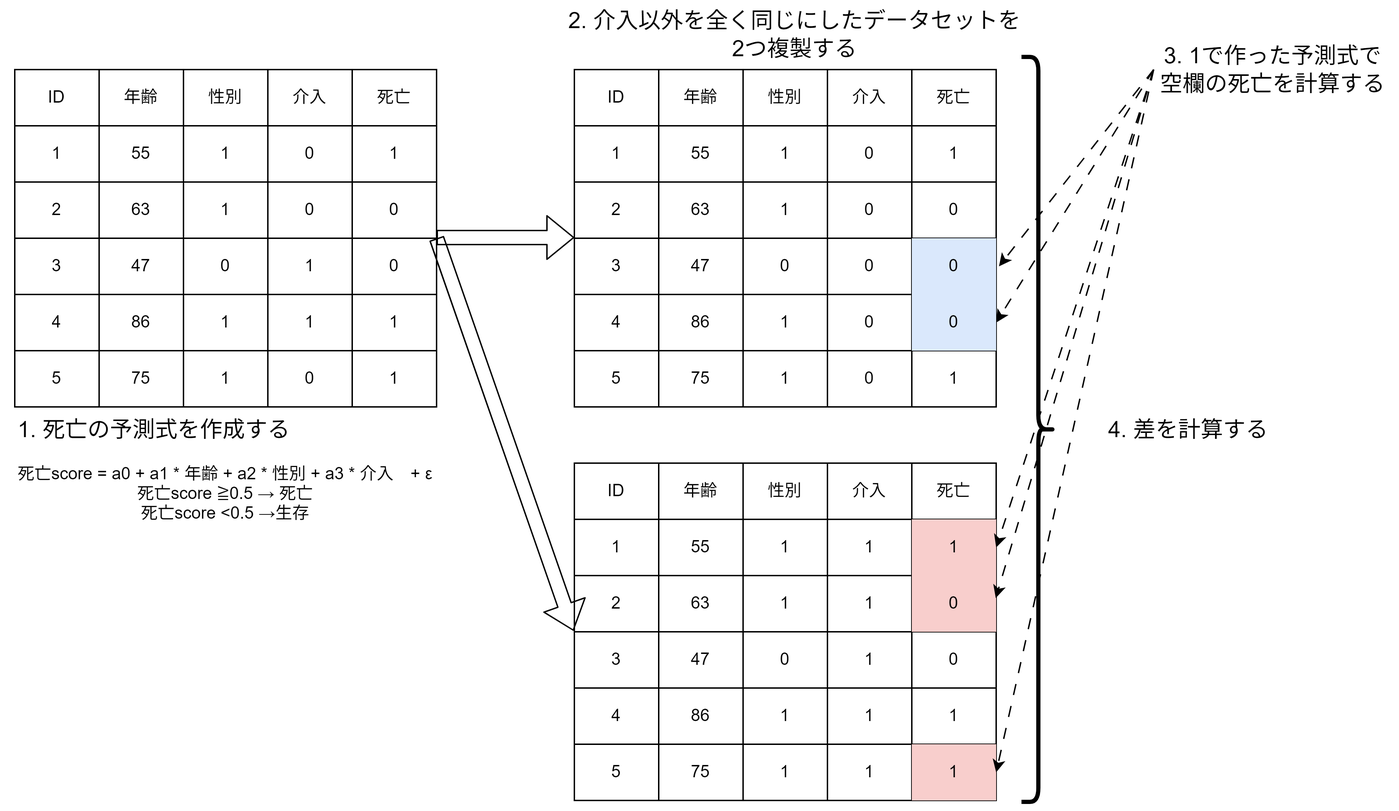
Earlier version of the draw.io export image/gformula.drawio.png (figarofuga/marginaleffect-r). Source tidied: cells renumbered, new cells last; positions are measured from the earlier drawing's top-left corner, leaving out a move shared by most shapes.
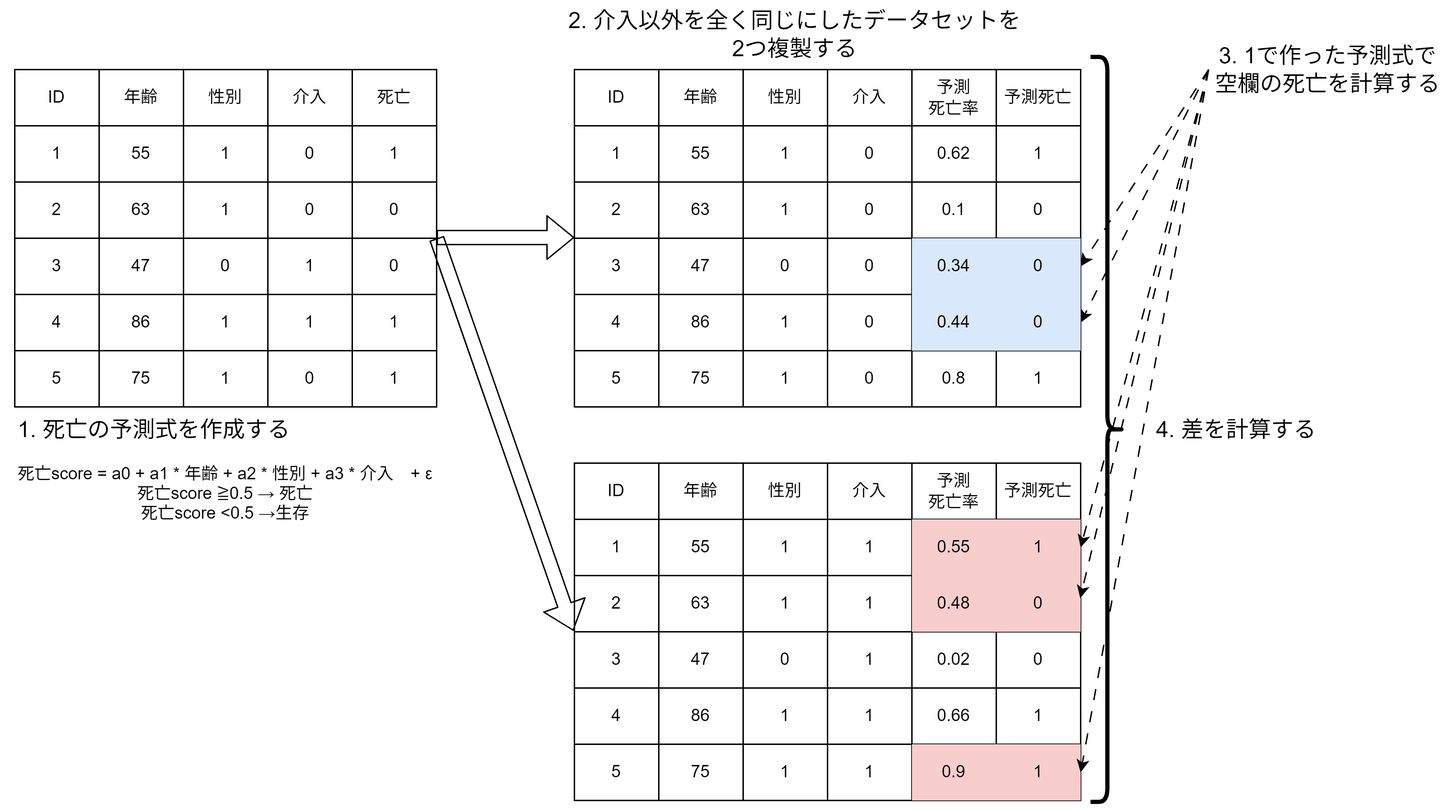
After the change.

Commit message:
add gformula att and so on

What changed in the source:
```diff
@@ -116,6 +116,6 @@
     <mxCell id="39" style="shape=table;startSize=0;" parent="1" vertex="1">
-      <mxGeometry x="403" y="40" width="300" height="240" as="geometry" />
+      <mxGeometry x="403" y="40" width="360" height="240" as="geometry" />
     </mxCell>
     <mxCell id="40" style="shape=tableRow;horizontal=0;startSize=0;swimlaneHead=0;swimlaneBody=0;strokeColor=inherit;top=0;left=0;bottom=0;right=0;fillColor=none;" parent="39" vertex="1">
-      <mxGeometry width="300" height="40" as="geometry" />
+      <mxGeometry width="360" height="40" as="geometry" />
     </mxCell>
@@ -133,7 +133,10 @@
     </mxCell>
-    <mxCell id="45" value="死亡" style="shape=partialRectangle;html=1;whiteSpace=wrap;strokeColor=inherit;overflow=hidden;fillColor=none;top=0;left=0;bottom=0;right=0;" parent="40" vertex="1">
+    <mxCell id="45" value="予測&lt;br&gt;死亡率" style="shape=partialRectangle;html=1;whiteSpace=wrap;strokeColor=inherit;overflow=hidden;fillColor=none;top=0;left=0;bottom=0;right=0;" parent="40" vertex="1">
       <mxGeometry x="240" width="60" height="40" as="geometry" />
     </mxCell>
+    <mxCell id="125" value="&lt;span style=&quot;color: rgb(0, 0, 0);&quot;&gt;予測死亡&lt;/span&gt;" style="shape=partialRectangle;html=1;whiteSpace=wrap;strokeColor=inherit;overflow=hidden;fillColor=none;top=0;left=0;bottom=0;right=0;" parent="40" vertex="1">
+      <mxGeometry x="300" width="60" height="40" as="geometry" />
+    </mxCell>
     <mxCell id="46" style="shape=tableRow;horizontal=0;startSize=0;swimlaneHead=0;swimlaneBody=0;strokeColor=inherit;top=0;left=0;bottom=0;right=0;fillColor=none;" parent="39" vertex="1">
-      <mxGeometry y="40" width="300" height="40" as="geometry" />
+      <mxGeometry y="40" width="360" height="40" as="geometry" />
     </mxCell>
@@ -151,7 +154,10 @@
     </mxCell>
-    <mxCell id="51" value="1" style="shape=partialRectangle;html=1;whiteSpace=wrap;strokeColor=inherit;overflow=hidden;fillColor=none;top=0;left=0;bottom=0;right=0;" parent="46" vertex="1">
+    <mxCell id="51" value="0.62" style="shape=partialRectangle;html=1;whiteSpace=wrap;strokeColor=inherit;overflow=hidden;fillColor=none;top=0;left=0;bottom=0;right=0;" parent="46" vertex="1">
       <mxGeometry x="240" width="60" height="40" as="geometry" />
     </mxCell>
+    <mxCell id="126" value="&lt;span style=&quot;color: rgb(0, 0, 0);&quot;&gt;1&lt;/span&gt;" style="shape=partialRectangle;html=1;whiteSpace=wrap;strokeColor=inherit;overflow=hidden;fillColor=none;top=0;left=0;bottom=0;right=0;" parent="46" vertex="1">
+      <mxGeometry x="300" width="60" height="40" as="geometry" />
+    </mxCell>
     <mxCell id="52" style="shape=tableRow;horizontal=0;startSize=0;swimlaneHead=0;swimlaneBody=0;strokeColor=inherit;top=0;left=0;bottom=0;right=0;fillColor=none;" parent="39" vertex="1">
-      <mxGeometry y="80" width="300" height="40" as="geometry" />
+      <mxGeometry y="80" width="360" height="40" as="geometry" />
     </mxCell>
@@ -169,7 +175,10 @@
     </mxCell>
-    <mxCell id="57" value="0" style="shape=partialRectangle;html=1;whiteSpace=wrap;strokeColor=inherit;overflow=hidden;fillColor=none;top=0;left=0;bottom=0;right=0;" parent="52" vertex="1">
+    <mxCell id="57" value="0.1" style="shape=partialRectangle;html=1;whiteSpace=wrap;strokeColor=inherit;overflow=hidden;fillColor=none;top=0;left=0;bottom=0;right=0;" parent="52" vertex="1">
       <mxGeometry x="240" width="60" height="40" as="geometry" />
     </mxCell>
+    <mxCell id="127" value="&lt;span style=&quot;color: rgb(0, 0, 0);&quot;&gt;0&lt;/span&gt;" style="shape=partialRectangle;html=1;whiteSpace=wrap;strokeColor=inherit;overflow=hidden;fillColor=none;top=0;left=0;bottom=0;right=0;" parent="52" vertex="1">
+      <mxGeometry x="300" width="60" height="40" as="geometry" />
+    </mxCell>
     <mxCell id="58" style="shape=tableRow;horizontal=0;startSize=0;swimlaneHead=0;swimlaneBody=0;strokeColor=inherit;top=0;left=0;bottom=0;right=0;fillColor=none;points=[[0,0.5],[1,0.5]];portConstraint=eastwest;" parent="39" vertex="1">
-      <mxGeometry y="120" width="300" height="40" as="geometry" />
+      <mxGeometry y="120" width="360" height="40" as="geometry" />
     </mxCell>
@@ -187,7 +196,10 @@
     </mxCell>
-    <mxCell id="63" value="0" style="shape=partialRectangle;html=1;whiteSpace=wrap;strokeColor=#6c8ebf;overflow=hidden;fillColor=#dae8fc;top=0;left=0;bottom=0;right=0;" parent="58" vertex="1">
+    <mxCell id="63" value="0.34" style="shape=partialRectangle;html=1;whiteSpace=wrap;strokeColor=#6c8ebf;overflow=hidden;fillColor=#dae8fc;top=0;left=0;bottom=0;right=0;" parent="58" vertex="1">
       <mxGeometry x="240" width="60" height="40" as="geometry" />
     </mxCell>
+    <mxCell id="128" value="&lt;span style=&quot;color: rgb(0, 0, 0);&quot;&gt;0&lt;/span&gt;" style="shape=partialRectangle;html=1;whiteSpace=wrap;strokeColor=#6c8ebf;overflow=hidden;fillColor=#dae8fc;top=0;left=0;bottom=0;right=0;" parent="58" vertex="1">
+      <mxGeometry x="300" width="60" height="40" as="geometry" />
+    </mxCell>
     <mxCell id="64" style="shape=tableRow;horizontal=0;startSize=0;swimlaneHead=0;swimlaneBody=0;strokeColor=inherit;top=0;left=0;bottom=0;right=0;fillColor=none;points=[[0,0.5],[1,0.5]];portConstraint=eastwest;" parent="39" vertex="1">
-      <mxGeometry y="160" width="300" height="40" as="geometry" />
+      <mxGeometry y="160" width="360" height="40" as="geometry" />
     </mxCell>
@@ -205,7 +217,10 @@
     </mxCell>
-    <mxCell id="69" value="&lt;font style=&quot;color: rgb(0, 0, 0);&quot;&gt;0&lt;/font&gt;" style="shape=partialRectangle;html=1;whiteSpace=wrap;strokeColor=#6c8ebf;overflow=hidden;fillColor=#dae8fc;top=0;left=0;bottom=0;right=0;fillStyle=solid;" parent="64" vertex="1">
+    <mxCell id="69" value="0.44" style="shape=partialRectangle;html=1;whiteSpace=wrap;strokeColor=#6c8ebf;overflow=hidden;fillColor=#dae8fc;top=0;left=0;bottom=0;right=0;fillStyle=solid;" parent="64" vertex="1">
       <mxGeometry x="240" width="60" height="40" as="geometry" />
     </mxCell>
+    <mxCell id="129" value="&lt;span style=&quot;color: rgb(0, 0, 0);&quot;&gt;0&lt;/span&gt;" style="shape=partialRectangle;html=1;whiteSpace=wrap;strokeColor=#6c8ebf;overflow=hidden;fillColor=#dae8fc;top=0;left=0;bottom=0;right=0;fillStyle=solid;" parent="64" vertex="1">
+      <mxGeometry x="300" width="60" height="40" as="geometry" />
+    </mxCell>
     <mxCell id="70" style="shape=tableRow;horizontal=0;startSize=0;swimlaneHead=0;swimlaneBody=0;strokeColor=inherit;top=0;left=0;bottom=0;right=0;fillColor=none;" parent="39" vertex="1">
-      <mxGeometry y="200" width="300" height="40" as="geometry" />
+      <mxGeometry y="200" width="360" height="40" as="geometry" />
     </mxCell>
@@ -223,10 +238,13 @@
     </mxCell>
-    <mxCell id="75" value="1" style="shape=partialRectangle;html=1;whiteSpace=wrap;strokeColor=inherit;overflow=hidden;fillColor=none;top=0;left=0;bottom=0;right=0;" parent="70" vertex="1">
+    <mxCell id="75" value="0.8" style="shape=partialRectangle;html=1;whiteSpace=wrap;strokeColor=inherit;overflow=hidden;fillColor=none;top=0;left=0;bottom=0;right=0;" parent="70" vertex="1">
       <mxGeometry x="240" width="60" height="40" as="geometry" />
     </mxCell>
+    <mxCell id="130" value="&lt;span style=&quot;color: rgb(0, 0, 0);&quot;&gt;1&lt;/span&gt;" style="shape=partialRectangle;html=1;whiteSpace=wrap;strokeColor=inherit;overflow=hidden;fillColor=none;top=0;left=0;bottom=0;right=0;" parent="70" vertex="1">
+      <mxGeometry x="300" width="60" height="40" as="geometry" />
+    </mxCell>
     <mxCell id="76" style="shape=table;startSize=0;" parent="1" vertex="1">
-      <mxGeometry x="403" y="320" width="300" height="240" as="geometry" />
+      <mxGeometry x="403" y="320" width="360" height="240" as="geometry" />
     </mxCell>
     <mxCell id="77" style="shape=tableRow;horizontal=0;startSize=0;swimlaneHead=0;swimlaneBody=0;strokeColor=inherit;top=0;left=0;bottom=0;right=0;fillColor=none;" parent="76" vertex="1">
-      <mxGeometry width="300" height="40" as="geometry" />
+      <mxGeometry width="360" height="40" as="geometry" />
     </mxCell>
@@ -244,7 +262,10 @@
     </mxCell>
-    <mxCell id="82" value="死亡" style="shape=partialRectangle;html=1;whiteSpace=wrap;strokeColor=inherit;overflow=hidden;fillColor=none;top=0;left=0;bottom=0;right=0;" parent="77" vertex="1">
+    <mxCell id="82" value="予測&lt;br&gt;死亡率" style="shape=partialRectangle;html=1;whiteSpace=wrap;strokeColor=inherit;overflow=hidden;fillColor=none;top=0;left=0;bottom=0;right=0;" parent="77" vertex="1">
       <mxGeometry x="240" width="60" height="40" as="geometry" />
     </mxCell>
+    <mxCell id="131" value="&lt;span style=&quot;color: rgb(0, 0, 0);&quot;&gt;予測死亡&lt;/span&gt;" style="shape=partialRectangle;html=1;whiteSpace=wrap;strokeColor=inherit;overflow=hidden;fillColor=none;top=0;left=0;bottom=0;right=0;" parent="77" vertex="1">
+      <mxGeometry x="300" width="60" height="40" as="geometry" />
+    </mxCell>
     <mxCell id="83" style="shape=tableRow;horizontal=0;startSize=0;swimlaneHead=0;swimlaneBody=0;strokeColor=inherit;top=0;left=0;bottom=0;right=0;fillColor=none;points=[[0,0.5],[1,0.5]];portConstraint=eastwest;" parent="76" vertex="1">
-      <mxGeometry y="40" width="300" height="40" as="geometry" />
+      <mxGeometry y="40" width="360" height="40" as="geometry" />
     </mxCell>
@@ -262,7 +283,10 @@
     </mxCell>
-    <mxCell id="88" value="1" style="shape=partialRectangle;html=1;whiteSpace=wrap;strokeColor=#b85450;overflow=hidden;fillColor=#f8cecc;top=0;left=0;bottom=0;right=0;" parent="83" vertex="1">
+    <mxCell id="88" value="0.55" style="shape=partialRectangle;html=1;whiteSpace=wrap;strokeColor=#b85450;overflow=hidden;fillColor=#f8cecc;top=0;left=0;bottom=0;right=0;" parent="83" vertex="1">
       <mxGeometry x="240" width="60" height="40" as="geometry" />
     </mxCell>
+    <mxCell id="132" value="&lt;span style=&quot;color: rgb(0, 0, 0);&quot;&gt;1&lt;/span&gt;" style="shape=partialRectangle;html=1;whiteSpace=wrap;strokeColor=#b85450;overflow=hidden;fillColor=#f8cecc;top=0;left=0;bottom=0;right=0;" parent="83" vertex="1">
+      <mxGeometry x="300" width="60" height="40" as="geometry" />
+    </mxCell>
     <mxCell id="89" style="shape=tableRow;horizontal=0;startSize=0;swimlaneHead=0;swimlaneBody=0;strokeColor=inherit;top=0;left=0;bottom=0;right=0;fillColor=none;" parent="76" vertex="1">
-      <mxGeometry y="80" width="300" height="40" as="geometry" />
+      <mxGeometry y="80" width="360" height="40" as="geometry" />
     </mxCell>
@@ -280,7 +304,10 @@
     </mxCell>
-    <mxCell id="94" value="0" style="shape=partialRectangle;html=1;whiteSpace=wrap;strokeColor=#b85450;overflow=hidden;fillColor=#f8cecc;top=0;left=0;bottom=0;right=0;" parent="89" vertex="1">
+    <mxCell id="94" value="0.48" style="shape=partialRectangle;html=1;whiteSpace=wrap;strokeColor=#b85450;overflow=hidden;fillColor=#f8cecc;top=0;left=0;bottom=0;right=0;" parent="89" vertex="1">
       <mxGeometry x="240" width="60" height="40" as="geometry" />
     </mxCell>
+    <mxCell id="133" value="&lt;span style=&quot;color: rgb(0, 0, 0);&quot;&gt;0&lt;/span&gt;" style="shape=partialRectangle;html=1;whiteSpace=wrap;strokeColor=#b85450;overflow=hidden;fillColor=#f8cecc;top=0;left=0;bottom=0;right=0;" parent="89" vertex="1">
+      <mxGeometry x="300" width="60" height="40" as="geometry" />
+    </mxCell>
     <mxCell id="95" style="shape=tableRow;horizontal=0;startSize=0;swimlaneHead=0;swimlaneBody=0;strokeColor=inherit;top=0;left=0;bottom=0;right=0;fillColor=none;points=[[0,0.5],[1,0.5]];portConstraint=eastwest;" parent="76" vertex="1">
-      <mxGeometry y="120" width="300" height="40" as="geometry" />
+      <mxGeometry y="120" width="360" height="40" as="geometry" />
     </mxCell>
@@ -298,7 +325,10 @@
     </mxCell>
-    <mxCell id="100" value="0" style="shape=partialRectangle;html=1;whiteSpace=wrap;strokeColor=inherit;overflow=hidden;fillColor=none;top=0;left=0;bottom=0;right=0;" parent="95" vertex="1">
+    <mxCell id="100" value="0.02" style="shape=partialRectangle;html=1;whiteSpace=wrap;strokeColor=inherit;overflow=hidden;fillColor=none;top=0;left=0;bottom=0;right=0;" parent="95" vertex="1">
       <mxGeometry x="240" width="60" height="40" as="geometry" />
     </mxCell>
+    <mxCell id="134" value="&lt;span style=&quot;color: rgb(0, 0, 0);&quot;&gt;0&lt;/span&gt;" style="shape=partialRectangle;html=1;whiteSpace=wrap;strokeColor=inherit;overflow=hidden;fillColor=none;top=0;left=0;bottom=0;right=0;" parent="95" vertex="1">
+      <mxGeometry x="300" width="60" height="40" as="geometry" />
+    </mxCell>
     <mxCell id="101" style="shape=tableRow;horizontal=0;startSize=0;swimlaneHead=0;swimlaneBody=0;strokeColor=inherit;top=0;left=0;bottom=0;right=0;fillColor=none;" parent="76" vertex="1">
-      <mxGeometry y="160" width="300" height="40" as="geometry" />
+      <mxGeometry y="160" width="360" height="40" as="geometry" />
     </mxCell>
@@ -316,7 +346,10 @@
     </mxCell>
-    <mxCell id="106" value="1" style="shape=partialRectangle;html=1;whiteSpace=wrap;strokeColor=inherit;overflow=hidden;fillColor=none;top=0;left=0;bottom=0;right=0;" parent="101" vertex="1">
+    <mxCell id="106" value="0.66" style="shape=partialRectangle;html=1;whiteSpace=wrap;strokeColor=inherit;overflow=hidden;fillColor=none;top=0;left=0;bottom=0;right=0;" parent="101" vertex="1">
       <mxGeometry x="240" width="60" height="40" as="geometry" />
     </mxCell>
+    <mxCell id="135" value="&lt;span style=&quot;color: rgb(0, 0, 0);&quot;&gt;1&lt;/span&gt;" style="shape=partialRectangle;html=1;whiteSpace=wrap;strokeColor=inherit;overflow=hidden;fillColor=none;top=0;left=0;bottom=0;right=0;" parent="101" vertex="1">
+      <mxGeometry x="300" width="60" height="40" as="geometry" />
+    </mxCell>
     <mxCell id="107" style="shape=tableRow;horizontal=0;startSize=0;swimlaneHead=0;swimlaneBody=0;strokeColor=inherit;top=0;left=0;bottom=0;right=0;fillColor=none;points=[[0,0.5],[1,0.5]];portConstraint=eastwest;" parent="76" vertex="1">
-      <mxGeometry y="200" width="300" height="40" as="geometry" />
+      <mxGeometry y="200" width="360" height="40" as="geometry" />
     </mxCell>
@@ -334,5 +367,8 @@
     </mxCell>
-    <mxCell id="112" value="1" style="shape=partialRectangle;html=1;whiteSpace=wrap;strokeColor=#b85450;overflow=hidden;fillColor=#f8cecc;top=0;left=0;bottom=0;right=0;" parent="107" vertex="1">
+    <mxCell id="112" value="0.9" style="shape=partialRectangle;html=1;whiteSpace=wrap;strokeColor=#b85450;overflow=hidden;fillColor=#f8cecc;top=0;left=0;bottom=0;right=0;" parent="107" vertex="1">
       <mxGeometry x="240" width="60" height="40" as="geometry" />
     </mxCell>
+    <mxCell id="136" value="&lt;span style=&quot;color: rgb(0, 0, 0);&quot;&gt;1&lt;/span&gt;" style="shape=partialRectangle;html=1;whiteSpace=wrap;strokeColor=#b85450;overflow=hidden;fillColor=#f8cecc;top=0;left=0;bottom=0;right=0;" parent="107" vertex="1">
+      <mxGeometry x="300" width="60" height="40" as="geometry" />
+    </mxCell>
     <mxCell id="113" style="shape=flexArrow;endArrow=classic;html=1;exitX=1;exitY=0.5;exitDx=0;exitDy=0;entryX=0;entryY=0.5;entryDx=0;entryDy=0;" parent="1" edge="1">
@@ -349,6 +385,6 @@
     <mxCell id="115" style="shape=curlyBracket;whiteSpace=wrap;html=1;rounded=1;flipH=1;labelPosition=right;verticalLabelPosition=middle;align=left;verticalAlign=middle;strokeWidth=3;" parent="1" vertex="1">
-      <mxGeometry x="721" y="31" width="24" height="530" as="geometry" />
+      <mxGeometry x="770" y="31" width="24" height="530" as="geometry" />
     </mxCell>
     <mxCell id="116" value="&lt;font style=&quot;font-size: 16px;&quot;&gt;4. 差を計算する&lt;/font&gt;" style="text;html=1;align=center;verticalAlign=middle;whiteSpace=wrap;rounded=0;" parent="1" vertex="1">
-      <mxGeometry x="765" y="281" width="150" height="30" as="geometry" />
+      <mxGeometry x="799" y="281" width="150" height="30" as="geometry" />
     </mxCell>
@@ -357,8 +393,6 @@
     </mxCell>
-    <mxCell id="118" style="endArrow=classic;html=1;exitX=0;exitY=0.5;exitDx=0;exitDy=0;dashed=1;dashPattern=8 8;" parent="1" edge="1" source="123">
-      <mxGeometry relative="1" as="geometry">
-        <mxPoint x="705" y="180" as="targetPoint" />
-      </mxGeometry>
+    <mxCell id="118" style="endArrow=classic;html=1;exitX=0;exitY=0.5;exitDx=0;exitDy=0;dashed=1;dashPattern=8 8;entryX=1;entryY=0.5;entryDx=0;entryDy=0;" parent="1" edge="1" source="123" target="64">
+      <mxGeometry relative="1" as="geometry" />
     </mxCell>
-    <mxCell id="119" style="endArrow=classic;html=1;entryX=1;entryY=0.75;entryDx=0;entryDy=0;exitX=0;exitY=0.5;exitDx=0;exitDy=0;dashed=1;dashPattern=8 8;" parent="1" edge="1" source="123" target="39">
+    <mxCell id="119" style="endArrow=classic;html=1;exitX=0;exitY=0.5;exitDx=0;exitDy=0;dashed=1;dashPattern=8 8;entryX=1;entryY=0.5;entryDx=0;entryDy=0;" parent="1" edge="1" source="123" target="58">
       <mxGeometry relative="1" as="geometry" />
@@ -375,3 +409,3 @@
     <mxCell id="123" value="&lt;font style=&quot;font-size: 16px;&quot;&gt;3. 1で作った予測式で空欄の死亡を計算する&lt;/font&gt;" style="text;html=1;align=center;verticalAlign=middle;whiteSpace=wrap;rounded=0;" parent="1" vertex="1">
-      <mxGeometry x="815" y="10" width="170" height="60" as="geometry" />
+      <mxGeometry x="854" y="10" width="170" height="60" as="geometry" />
     </mxCell>
```
